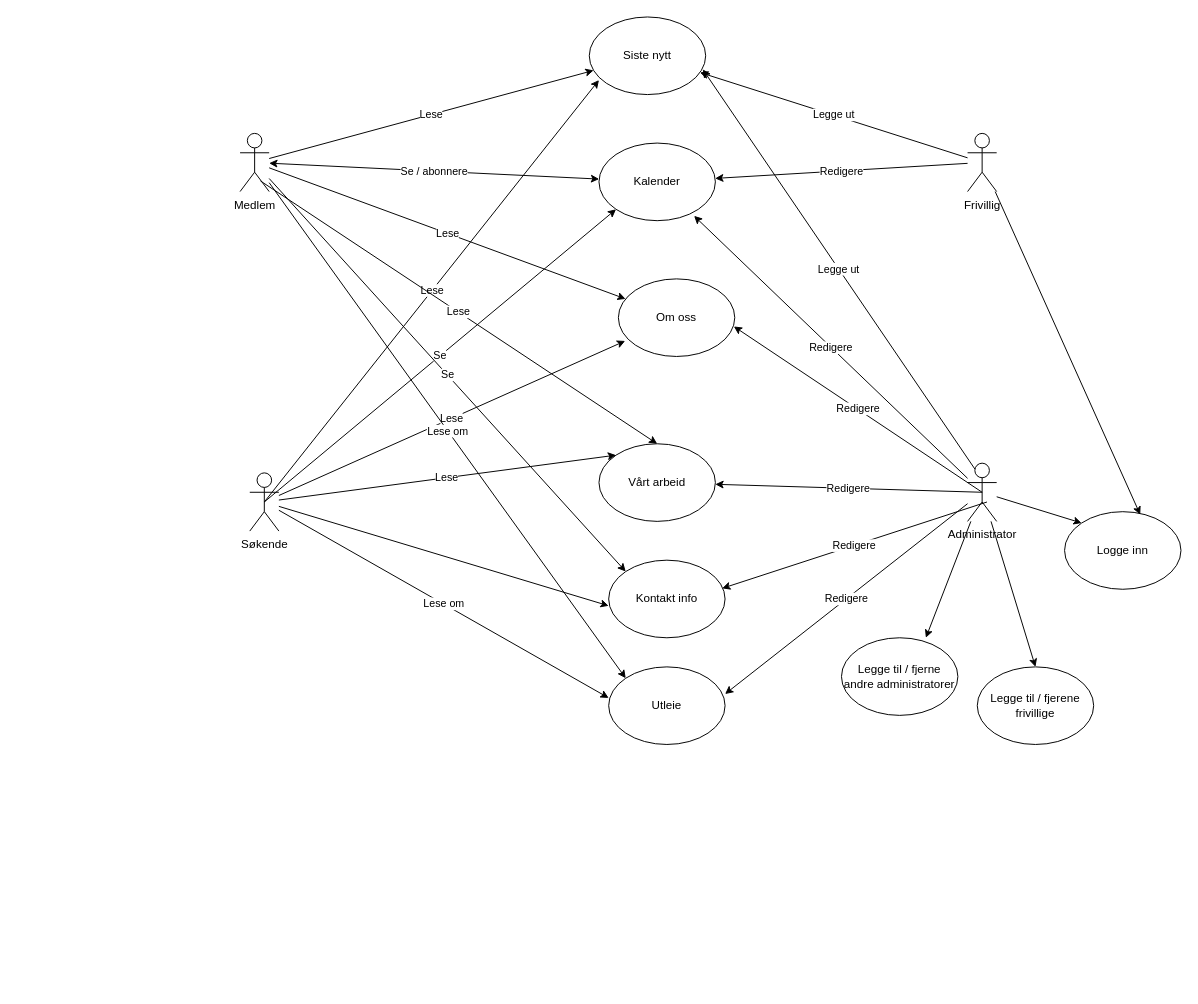
This is UseCaseDiagram.drawio from Ana-Anthor/betania, a draw.io file, before an edit. Source tidied: cells renumbered, new cells numbered last; positions are measured from the earlier drawing's top-left corner, leaving out a move shared by most shapes. Both pictures are drawn from the tidied source at 97%, with x=0, y=0 at pixel (240, 16).
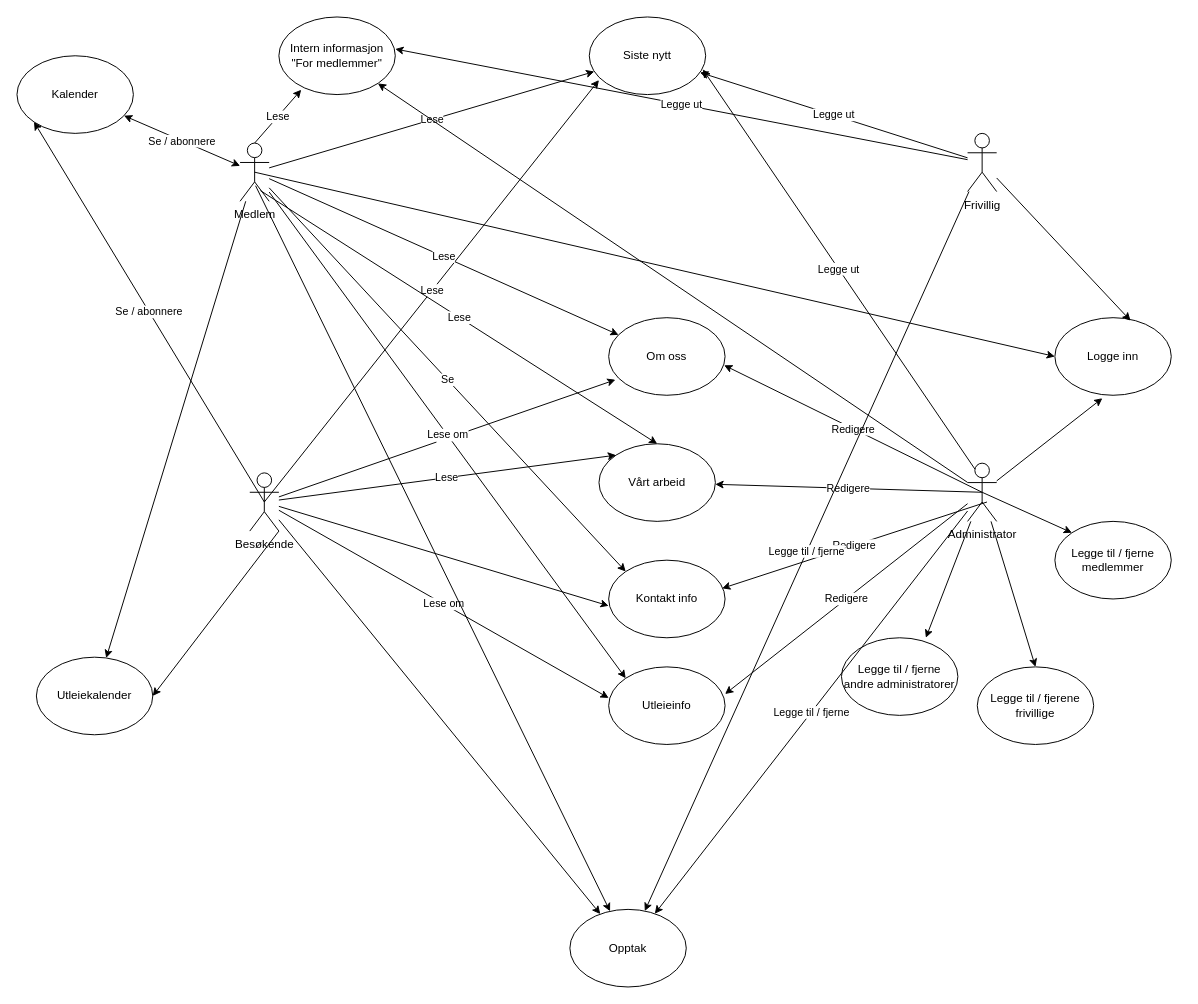
Above is the later version.

Commit message:
Update after call UseCaseDiagram.drawio

The change refers to these unchanged cells:
```xml
<mxCell id="3" value="&lt;div&gt;Frivillig&lt;/div&gt;" style="shape=umlActor;verticalLabelPosition=bottom;verticalAlign=top;html=1;outlineConnect=0;" parent="1" vertex="1">
  <mxGeometry x="750" y="120" width="30" height="60" as="geometry" />
</mxCell>
<mxCell id="4" value="&lt;div&gt;Administrator&lt;/div&gt;" style="shape=umlActor;verticalLabelPosition=bottom;verticalAlign=top;html=1;outlineConnect=0;" parent="1" vertex="1">
  <mxGeometry x="750" y="460" width="30" height="60" as="geometry" />
</mxCell>
```

The edit, as a diff of the source:
```diff
@@
     <mxCell id="2" value="Medlem" style="shape=umlActor;verticalLabelPosition=bottom;verticalAlign=top;html=1;" parent="1" vertex="1">
-      <mxGeometry y="120" width="30" height="60" as="geometry" />
+      <mxGeometry y="130" width="30" height="60" as="geometry" />
     </mxCell>
@@
-    <mxCell id="5" value="&lt;div&gt;Søkende&lt;/div&gt;&lt;div&gt;&lt;br&gt;&lt;/div&gt;" style="shape=umlActor;verticalLabelPosition=bottom;verticalAlign=top;html=1;outlineConnect=0;" parent="1" vertex="1">
+    <mxCell id="5" value="Besøkende" style="shape=umlActor;verticalLabelPosition=bottom;verticalAlign=top;html=1;outlineConnect=0;" parent="1" vertex="1">
       <mxGeometry x="10" y="470" width="30" height="60" as="geometry" />
     </mxCell>
@@
     <mxCell id="7" value="Kalender" style="ellipse;whiteSpace=wrap;html=1;" parent="1" vertex="1">
-      <mxGeometry x="370" y="130" width="120" height="80" as="geometry" />
+      <mxGeometry x="-230" y="40" width="120" height="80" as="geometry" />
     </mxCell>
@@
-    <mxCell id="10" value="Se" style="endArrow=classic;html=1;exitX=0.5;exitY=0.5;exitDx=0;exitDy=0;exitPerimeter=0;entryX=0;entryY=1;entryDx=0;entryDy=0;" parent="1" edge="1" source="5" target="7">
+    <mxCell id="10" value="Se / abonnere" style="endArrow=classic;html=1;exitX=0.5;exitY=0.5;exitDx=0;exitDy=0;exitPerimeter=0;entryX=0;entryY=1;entryDx=0;entryDy=0;" parent="1" edge="1" source="5" target="7">
       <mxGeometry relative="1" as="geometry" />
     </mxCell>
@@
     <mxCell id="14" value="Om oss" style="ellipse;whiteSpace=wrap;html=1;" parent="1" vertex="1">
-      <mxGeometry x="390" y="270" width="120" height="80" as="geometry" />
+      <mxGeometry x="380" y="310" width="120" height="80" as="geometry" />
     </mxCell>
@@
-    <mxCell id="17" value="Redigere" style="endArrow=classic;html=1;" parent="1" edge="1" source="3" target="7">
-      <mxGeometry relative="1" as="geometry" />
-    </mxCell>
-    <mxCell id="18" value="Redigere" style="endArrow=classic;html=1;entryX=0.817;entryY=0.938;entryDx=0;entryDy=0;entryPerimeter=0;" parent="1" edge="1" source="4" target="7">
-      <mxGeometry relative="1" as="geometry" />
-    </mxCell>
     <mxCell id="19" value="Logge inn" style="ellipse;whiteSpace=wrap;html=1;" parent="1" vertex="1">
-      <mxGeometry x="850" y="510" width="120" height="80" as="geometry" />
+      <mxGeometry x="840" y="310" width="120" height="80" as="geometry" />
     </mxCell>
@@
-    <mxCell id="21" value="&lt;div&gt;&lt;br&gt;&lt;/div&gt;&lt;div&gt;&lt;br&gt;&lt;/div&gt;" style="endArrow=classic;html=1;entryX=0;entryY=0;entryDx=0;entryDy=0;" parent="1" edge="1" source="4" target="19">
+    <mxCell id="21" value="&lt;div&gt;&lt;br&gt;&lt;/div&gt;&lt;div&gt;&lt;br&gt;&lt;/div&gt;" style="endArrow=classic;html=1;entryX=0.408;entryY=1.038;entryDx=0;entryDy=0;entryPerimeter=0;" parent="1" edge="1" source="4" target="19">
       <mxGeometry relative="1" as="geometry" />
     </mxCell>
@@
-    <mxCell id="33" value="&lt;div&gt;Utleie&lt;/div&gt;" style="ellipse;whiteSpace=wrap;html=1;strokeColor=#000000;" parent="1" vertex="1">
+    <mxCell id="33" value="Utleieinfo" style="ellipse;whiteSpace=wrap;html=1;strokeColor=#000000;" parent="1" vertex="1">
       <mxGeometry x="380" y="670" width="120" height="80" as="geometry" />
     </mxCell>
@@
+    <mxCell id="39" value="&lt;div&gt;Utleiekalender&lt;/div&gt;" style="ellipse;whiteSpace=wrap;html=1;strokeColor=#000000;" parent="1" vertex="1">
+      <mxGeometry x="-210" y="660" width="120" height="80" as="geometry" />
+    </mxCell>
+    <mxCell id="40" style="endArrow=classic;html=1;exitX=1;exitY=1;exitDx=0;exitDy=0;exitPerimeter=0;entryX=1;entryY=0.5;entryDx=0;entryDy=0;" parent="1" edge="1" source="5" target="39">
+      <mxGeometry relative="1" as="geometry" />
+    </mxCell>
+    <mxCell id="41" style="endArrow=classic;html=1;" parent="1" edge="1" source="2" target="39">
+      <mxGeometry relative="1" as="geometry" />
+    </mxCell>
+    <mxCell id="42" value="Opptak" style="ellipse;whiteSpace=wrap;html=1;strokeColor=#000000;" parent="1" vertex="1">
+      <mxGeometry x="340" y="920" width="120" height="80" as="geometry" />
+    </mxCell>
+    <mxCell id="43" style="endArrow=classic;html=1;" parent="1" edge="1" source="5" target="42">
+      <mxGeometry relative="1" as="geometry" />
+    </mxCell>
+    <mxCell id="44" style="endArrow=classic;html=1;exitX=0.533;exitY=0.733;exitDx=0;exitDy=0;exitPerimeter=0;" parent="1" edge="1" source="2" target="42">
+      <mxGeometry relative="1" as="geometry" />
+    </mxCell>
+    <mxCell id="45" value="Legge til / fjerne" style="endArrow=classic;html=1;" parent="1" edge="1" source="3" target="42">
+      <mxGeometry relative="1" as="geometry" />
+    </mxCell>
+    <mxCell id="46" value="Legge til / fjerne" style="endArrow=classic;html=1;" parent="1" edge="1" source="4" target="42">
+      <mxGeometry relative="1" as="geometry" />
+    </mxCell>
+    <mxCell id="47" value="Intern informasjon &quot;For medlemmer&quot;" style="ellipse;whiteSpace=wrap;html=1;strokeColor=#000000;" parent="1" vertex="1">
+      <mxGeometry x="40" width="120" height="80" as="geometry" />
+    </mxCell>
+    <mxCell id="48" style="endArrow=classic;html=1;exitX=0.5;exitY=0.5;exitDx=0;exitDy=0;exitPerimeter=0;entryX=0;entryY=0.5;entryDx=0;entryDy=0;" parent="1" edge="1" source="2" target="19">
+      <mxGeometry relative="1" as="geometry" />
+    </mxCell>
+    <mxCell id="49" value="Lese" style="endArrow=classic;html=1;exitX=0.5;exitY=0;exitDx=0;exitDy=0;exitPerimeter=0;entryX=0.192;entryY=0.938;entryDx=0;entryDy=0;entryPerimeter=0;" parent="1" edge="1" source="2" target="47">
+      <mxGeometry relative="1" as="geometry" />
+    </mxCell>
+    <mxCell id="50" value="Legge ut" style="endArrow=classic;html=1;entryX=1;entryY=0.413;entryDx=0;entryDy=0;entryPerimeter=0;" parent="1" edge="1" source="3" target="47">
+      <mxGeometry relative="1" as="geometry" />
+    </mxCell>
+    <mxCell id="51" value="Legge til / fjerne medlemmer" style="ellipse;whiteSpace=wrap;html=1;strokeColor=#000000;" parent="1" vertex="1">
+      <mxGeometry x="840" y="520" width="120" height="80" as="geometry" />
+    </mxCell>
+    <mxCell id="52" style="endArrow=classic;html=1;exitX=0.5;exitY=0.5;exitDx=0;exitDy=0;exitPerimeter=0;entryX=0;entryY=0;entryDx=0;entryDy=0;" parent="1" edge="1" source="4" target="51">
+      <mxGeometry relative="1" as="geometry" />
+    </mxCell>
+    <mxCell id="53" style="endArrow=classic;html=1;" parent="1" edge="1" source="4" target="47">
+      <mxGeometry relative="1" as="geometry" />
+    </mxCell>
```
